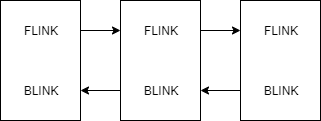
The draw.io diagram images/eprocess_link.png in nganhkhoa/thesis, before a commit. Source tidied: cells renumbered, new cells last; positions are measured from the earlier drawing's top-left corner, leaving out a move shared by most shapes. The source it was exported from:
```xml
<mxGraphModel>
  <root>
    <mxCell id="0" />
    <mxCell id="1" parent="0" />
    <mxCell id="2" style="group;" parent="1" vertex="1">
      <mxGeometry width="80" height="120" as="geometry" />
    </mxCell>
    <mxCell id="3" style="rounded=0;whiteSpace=wrap;html=1;" parent="2" vertex="1">
      <mxGeometry width="80" height="120" as="geometry" />
    </mxCell>
    <mxCell id="4" value="FLINK" style="text;html=1;strokeColor=none;fillColor=none;align=center;verticalAlign=middle;whiteSpace=wrap;rounded=0;" parent="2" vertex="1">
      <mxGeometry x="20" y="20" width="40" height="20" as="geometry" />
    </mxCell>
    <mxCell id="5" value="BLINK" style="text;html=1;strokeColor=none;fillColor=none;align=center;verticalAlign=middle;whiteSpace=wrap;rounded=0;" parent="2" vertex="1">
      <mxGeometry x="20" y="80" width="40" height="20" as="geometry" />
    </mxCell>
    <mxCell id="6" style="group;" parent="1" vertex="1">
      <mxGeometry x="240" width="80" height="120" as="geometry" />
    </mxCell>
    <mxCell id="7" style="rounded=0;whiteSpace=wrap;html=1;" parent="6" vertex="1">
      <mxGeometry width="80" height="120" as="geometry" />
    </mxCell>
    <mxCell id="8" value="FLINK" style="text;html=1;strokeColor=none;fillColor=none;align=center;verticalAlign=middle;whiteSpace=wrap;rounded=0;" parent="6" vertex="1">
      <mxGeometry x="20" y="20" width="40" height="20" as="geometry" />
    </mxCell>
    <mxCell id="9" value="BLINK" style="text;html=1;strokeColor=none;fillColor=none;align=center;verticalAlign=middle;whiteSpace=wrap;rounded=0;" parent="6" vertex="1">
      <mxGeometry x="20" y="80" width="40" height="20" as="geometry" />
    </mxCell>
    <mxCell id="10" style="group;" parent="1" vertex="1">
      <mxGeometry x="120" width="80" height="120" as="geometry" />
    </mxCell>
    <mxCell id="11" style="rounded=0;whiteSpace=wrap;html=1;" parent="10" vertex="1">
      <mxGeometry width="80" height="120" as="geometry" />
    </mxCell>
    <mxCell id="12" value="FLINK" style="text;html=1;strokeColor=none;fillColor=none;align=center;verticalAlign=middle;whiteSpace=wrap;rounded=0;" parent="10" vertex="1">
      <mxGeometry x="20" y="20" width="40" height="20" as="geometry" />
    </mxCell>
    <mxCell id="13" value="BLINK" style="text;html=1;strokeColor=none;fillColor=none;align=center;verticalAlign=middle;whiteSpace=wrap;rounded=0;" parent="10" vertex="1">
      <mxGeometry x="20" y="80" width="40" height="20" as="geometry" />
    </mxCell>
    <mxCell id="14" style="edgeStyle=orthogonalEdgeStyle;rounded=0;jettySize=auto;html=1;exitX=1;exitY=0.25;exitDx=0;exitDy=0;entryX=0;entryY=0.25;entryDx=0;entryDy=0;startArrow=none;startFill=0;endArrow=classic;endFill=1;" parent="1" edge="1" source="3" target="11">
      <mxGeometry relative="1" as="geometry" />
    </mxCell>
    <mxCell id="15" style="edgeStyle=orthogonalEdgeStyle;rounded=0;jettySize=auto;html=1;exitX=1;exitY=0.25;exitDx=0;exitDy=0;entryX=0;entryY=0.25;entryDx=0;entryDy=0;startArrow=none;startFill=0;endArrow=classic;endFill=1;" parent="1" edge="1" source="11" target="7">
      <mxGeometry relative="1" as="geometry" />
    </mxCell>
    <mxCell id="16" style="edgeStyle=orthogonalEdgeStyle;rounded=0;jettySize=auto;html=1;exitX=0;exitY=0.75;exitDx=0;exitDy=0;entryX=1;entryY=0.75;entryDx=0;entryDy=0;startArrow=none;startFill=0;endArrow=classic;endFill=1;" parent="1" edge="1" source="11" target="3">
      <mxGeometry relative="1" as="geometry" />
    </mxCell>
    <mxCell id="17" style="edgeStyle=orthogonalEdgeStyle;rounded=0;jettySize=auto;html=1;exitX=0;exitY=0.75;exitDx=0;exitDy=0;entryX=1;entryY=0.75;entryDx=0;entryDy=0;startArrow=none;startFill=0;endArrow=classic;endFill=1;" parent="1" edge="1" source="7" target="11">
      <mxGeometry relative="1" as="geometry" />
    </mxCell>
  </root>
</mxGraphModel>
```
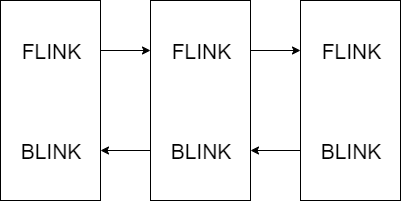
Above is the later version.

Change to the diagram source:
```diff
@@ -2,52 +2,55 @@
   <root>
     <mxCell id="0" />
     <mxCell id="1" parent="0" />
+    <mxCell id="18" style="group;fontSize=21;" parent="1" vertex="1">
+      <mxGeometry y="-80" width="400" height="200" as="geometry" />
+    </mxCell>
-    <mxCell id="2" style="group;" parent="1" vertex="1">
-      <mxGeometry width="80" height="120" as="geometry" />
+    <mxCell id="2" style="group;fontSize=21;" parent="18" vertex="1">
+      <mxGeometry width="100" height="200" as="geometry" />
     </mxCell>
-    <mxCell id="3" style="rounded=0;whiteSpace=wrap;html=1;" parent="2" vertex="1">
-      <mxGeometry width="80" height="120" as="geometry" />
+    <mxCell id="3" style="rounded=0;whiteSpace=wrap;html=1;fontSize=21;" parent="2" vertex="1">
+      <mxGeometry width="100" height="200" as="geometry" />
     </mxCell>
-    <mxCell id="4" value="FLINK" style="text;html=1;strokeColor=none;fillColor=none;align=center;verticalAlign=middle;whiteSpace=wrap;rounded=0;" parent="2" vertex="1">
-      <mxGeometry x="20" y="20" width="40" height="20" as="geometry" />
+    <mxCell id="4" value="FLINK" style="text;html=1;strokeColor=none;fillColor=none;align=center;verticalAlign=middle;whiteSpace=wrap;rounded=0;fontSize=21;" parent="2" vertex="1">
+      <mxGeometry x="25" y="33.3" width="50" height="33.3" as="geometry" />
     </mxCell>
-    <mxCell id="5" value="BLINK" style="text;html=1;strokeColor=none;fillColor=none;align=center;verticalAlign=middle;whiteSpace=wrap;rounded=0;" parent="2" vertex="1">
-      <mxGeometry x="20" y="80" width="40" height="20" as="geometry" />
+    <mxCell id="5" value="BLINK" style="text;html=1;strokeColor=none;fillColor=none;align=center;verticalAlign=middle;whiteSpace=wrap;rounded=0;fontSize=21;" parent="2" vertex="1">
+      <mxGeometry x="25" y="133.3" width="50" height="33.3" as="geometry" />
     </mxCell>
-    <mxCell id="6" style="group;" parent="1" vertex="1">
-      <mxGeometry x="240" width="80" height="120" as="geometry" />
+    <mxCell id="6" style="group;fontSize=21;" parent="18" vertex="1">
+      <mxGeometry x="300" width="100" height="200" as="geometry" />
     </mxCell>
-    <mxCell id="7" style="rounded=0;whiteSpace=wrap;html=1;" parent="6" vertex="1">
-      <mxGeometry width="80" height="120" as="geometry" />
+    <mxCell id="7" style="rounded=0;whiteSpace=wrap;html=1;fontSize=21;" parent="6" vertex="1">
+      <mxGeometry width="100" height="200" as="geometry" />
     </mxCell>
-    <mxCell id="8" value="FLINK" style="text;html=1;strokeColor=none;fillColor=none;align=center;verticalAlign=middle;whiteSpace=wrap;rounded=0;" parent="6" vertex="1">
-      <mxGeometry x="20" y="20" width="40" height="20" as="geometry" />
+    <mxCell id="8" value="FLINK" style="text;html=1;strokeColor=none;fillColor=none;align=center;verticalAlign=middle;whiteSpace=wrap;rounded=0;fontSize=21;" parent="6" vertex="1">
+      <mxGeometry x="25" y="33.3" width="50" height="33.3" as="geometry" />
     </mxCell>
-    <mxCell id="9" value="BLINK" style="text;html=1;strokeColor=none;fillColor=none;align=center;verticalAlign=middle;whiteSpace=wrap;rounded=0;" parent="6" vertex="1">
-      <mxGeometry x="20" y="80" width="40" height="20" as="geometry" />
+    <mxCell id="9" value="BLINK" style="text;html=1;strokeColor=none;fillColor=none;align=center;verticalAlign=middle;whiteSpace=wrap;rounded=0;fontSize=21;" parent="6" vertex="1">
+      <mxGeometry x="25" y="133.3" width="50" height="33.3" as="geometry" />
     </mxCell>
-    <mxCell id="10" style="group;" parent="1" vertex="1">
-      <mxGeometry x="120" width="80" height="120" as="geometry" />
+    <mxCell id="10" style="group;fontSize=21;" parent="18" vertex="1">
+      <mxGeometry x="150" width="100" height="200" as="geometry" />
     </mxCell>
-    <mxCell id="11" style="rounded=0;whiteSpace=wrap;html=1;" parent="10" vertex="1">
-      <mxGeometry width="80" height="120" as="geometry" />
+    <mxCell id="11" style="rounded=0;whiteSpace=wrap;html=1;fontSize=21;" parent="10" vertex="1">
+      <mxGeometry width="100" height="200" as="geometry" />
     </mxCell>
-    <mxCell id="12" value="FLINK" style="text;html=1;strokeColor=none;fillColor=none;align=center;verticalAlign=middle;whiteSpace=wrap;rounded=0;" parent="10" vertex="1">
-      <mxGeometry x="20" y="20" width="40" height="20" as="geometry" />
+    <mxCell id="12" value="FLINK" style="text;html=1;strokeColor=none;fillColor=none;align=center;verticalAlign=middle;whiteSpace=wrap;rounded=0;fontSize=21;" parent="10" vertex="1">
+      <mxGeometry x="25" y="33.3" width="50" height="33.3" as="geometry" />
     </mxCell>
-    <mxCell id="13" value="BLINK" style="text;html=1;strokeColor=none;fillColor=none;align=center;verticalAlign=middle;whiteSpace=wrap;rounded=0;" parent="10" vertex="1">
-      <mxGeometry x="20" y="80" width="40" height="20" as="geometry" />
+    <mxCell id="13" value="BLINK" style="text;html=1;strokeColor=none;fillColor=none;align=center;verticalAlign=middle;whiteSpace=wrap;rounded=0;fontSize=21;" parent="10" vertex="1">
+      <mxGeometry x="25" y="133.3" width="50" height="33.3" as="geometry" />
     </mxCell>
-    <mxCell id="14" style="edgeStyle=orthogonalEdgeStyle;rounded=0;jettySize=auto;html=1;exitX=1;exitY=0.25;exitDx=0;exitDy=0;entryX=0;entryY=0.25;entryDx=0;entryDy=0;startArrow=none;startFill=0;endArrow=classic;endFill=1;" parent="1" edge="1" source="3" target="11">
+    <mxCell id="14" style="edgeStyle=orthogonalEdgeStyle;rounded=0;jettySize=auto;html=1;exitX=1;exitY=0.25;exitDx=0;exitDy=0;entryX=0;entryY=0.25;entryDx=0;entryDy=0;startArrow=none;startFill=0;endArrow=classic;endFill=1;fontSize=21;" parent="18" edge="1" source="3" target="11">
       <mxGeometry relative="1" as="geometry" />
     </mxCell>
-    <mxCell id="15" style="edgeStyle=orthogonalEdgeStyle;rounded=0;jettySize=auto;html=1;exitX=1;exitY=0.25;exitDx=0;exitDy=0;entryX=0;entryY=0.25;entryDx=0;entryDy=0;startArrow=none;startFill=0;endArrow=classic;endFill=1;" parent="1" edge="1" source="11" target="7">
+    <mxCell id="15" style="edgeStyle=orthogonalEdgeStyle;rounded=0;jettySize=auto;html=1;exitX=1;exitY=0.25;exitDx=0;exitDy=0;entryX=0;entryY=0.25;entryDx=0;entryDy=0;startArrow=none;startFill=0;endArrow=classic;endFill=1;fontSize=21;" parent="18" edge="1" source="11" target="7">
       <mxGeometry relative="1" as="geometry" />
     </mxCell>
-    <mxCell id="16" style="edgeStyle=orthogonalEdgeStyle;rounded=0;jettySize=auto;html=1;exitX=0;exitY=0.75;exitDx=0;exitDy=0;entryX=1;entryY=0.75;entryDx=0;entryDy=0;startArrow=none;startFill=0;endArrow=classic;endFill=1;" parent="1" edge="1" source="11" target="3">
+    <mxCell id="16" style="edgeStyle=orthogonalEdgeStyle;rounded=0;jettySize=auto;html=1;exitX=0;exitY=0.75;exitDx=0;exitDy=0;entryX=1;entryY=0.75;entryDx=0;entryDy=0;startArrow=none;startFill=0;endArrow=classic;endFill=1;fontSize=21;" parent="18" edge="1" source="11" target="3">
       <mxGeometry relative="1" as="geometry" />
     </mxCell>
-    <mxCell id="17" style="edgeStyle=orthogonalEdgeStyle;rounded=0;jettySize=auto;html=1;exitX=0;exitY=0.75;exitDx=0;exitDy=0;entryX=1;entryY=0.75;entryDx=0;entryDy=0;startArrow=none;startFill=0;endArrow=classic;endFill=1;" parent="1" edge="1" source="7" target="11">
+    <mxCell id="17" style="edgeStyle=orthogonalEdgeStyle;rounded=0;jettySize=auto;html=1;exitX=0;exitY=0.75;exitDx=0;exitDy=0;entryX=1;entryY=0.75;entryDx=0;entryDy=0;startArrow=none;startFill=0;endArrow=classic;endFill=1;fontSize=21;" parent="18" edge="1" source="7" target="11">
       <mxGeometry relative="1" as="geometry" />
     </mxCell>
   </root>
```
